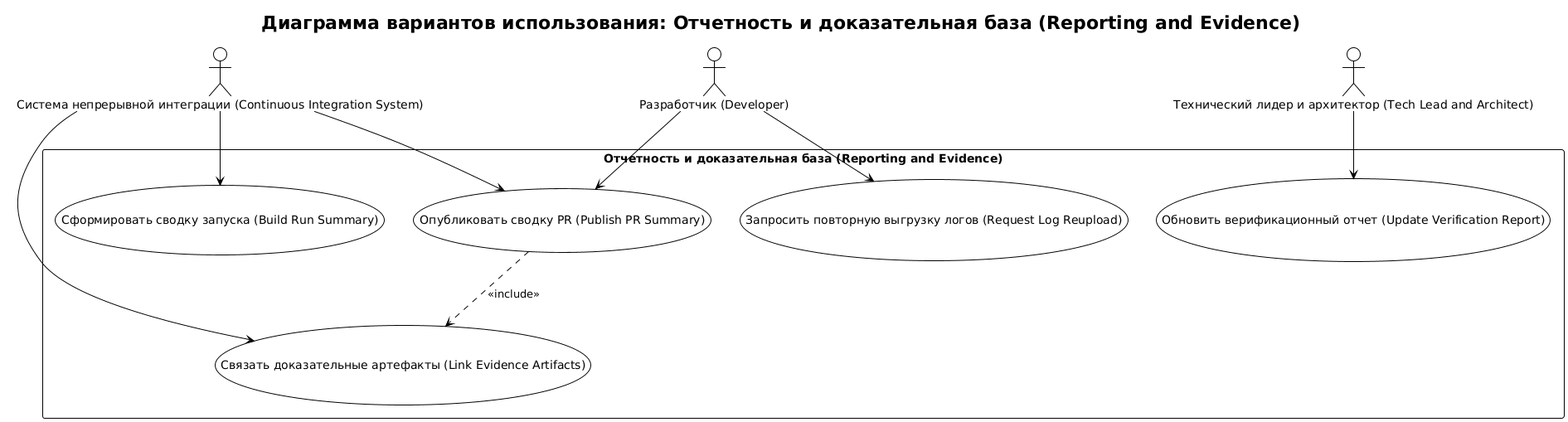
Druk83/RRDCS keeps this PlantUML diagram as docs/requirements/сценарии/reporting-and-evidence/diagrams/reporting-and-evidence-overview.png. Above is the earlier version.
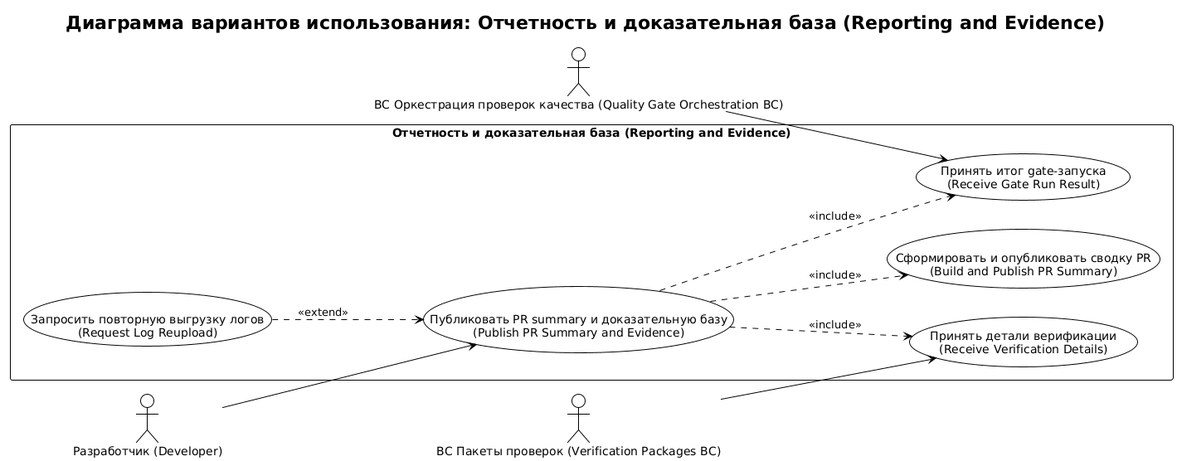
After the change.

Change to the diagram source:
```diff
@@ -1,27 +1,28 @@
 @startuml reporting-and-evidence-overview
 !theme plain
 skinparam backgroundColor #FFFFFF
+left to right direction
 title Диаграмма вариантов использования: Отчетность и доказательная база (Reporting and Evidence)
 
-actor "Система непрерывной интеграции (Continuous Integration System)" as CI
+actor "BC Оркестрация проверок качества (Quality Gate Orchestration BC)" as QGO
+actor "BC Пакеты проверок (Verification Packages BC)" as VP
 actor "Разработчик (Developer)" as Dev
-actor "Технический лидер и архитектор (Tech Lead and Architect)" as Lead
 
 rectangle "Отчетность и доказательная база (Reporting and Evidence)" {
-  usecase "Сформировать сводку запуска (Build Run Summary)" as UC1
-  usecase "Связать доказательные артефакты (Link Evidence Artifacts)" as UC2
-  usecase "Опубликовать сводку PR (Publish PR Summary)" as UC3
-  usecase "Обновить верификационный отчет (Update Verification Report)" as UC4
-  usecase "Запросить повторную выгрузку логов (Request Log Reupload)" as UC5
+  usecase "Публиковать PR summary и доказательную базу\n(Publish PR Summary and Evidence)" as UC1
+  usecase "Принять итог gate-запуска\n(Receive Gate Run Result)" as UC2
+  usecase "Принять детали верификации\n(Receive Verification Details)" as UC3
+  usecase "Сформировать и опубликовать сводку PR\n(Build and Publish PR Summary)" as UC4
+  usecase "Запросить повторную выгрузку логов\n(Request Log Reupload)" as UC5
 }
 
-CI --> UC1
-CI --> UC2
-CI --> UC3
-Lead --> UC4
-Dev --> UC3
-Dev --> UC5
+Dev --> UC1
+QGO --> UC2
+VP --> UC3
 
-UC3 ..> UC2 : <<include>>
+UC1 ..> UC2 : <<include>>
+UC1 ..> UC3 : <<include>>
+UC1 ..> UC4 : <<include>>
+UC5 ..> UC1 : <<extend>>
 
 @enduml
```
